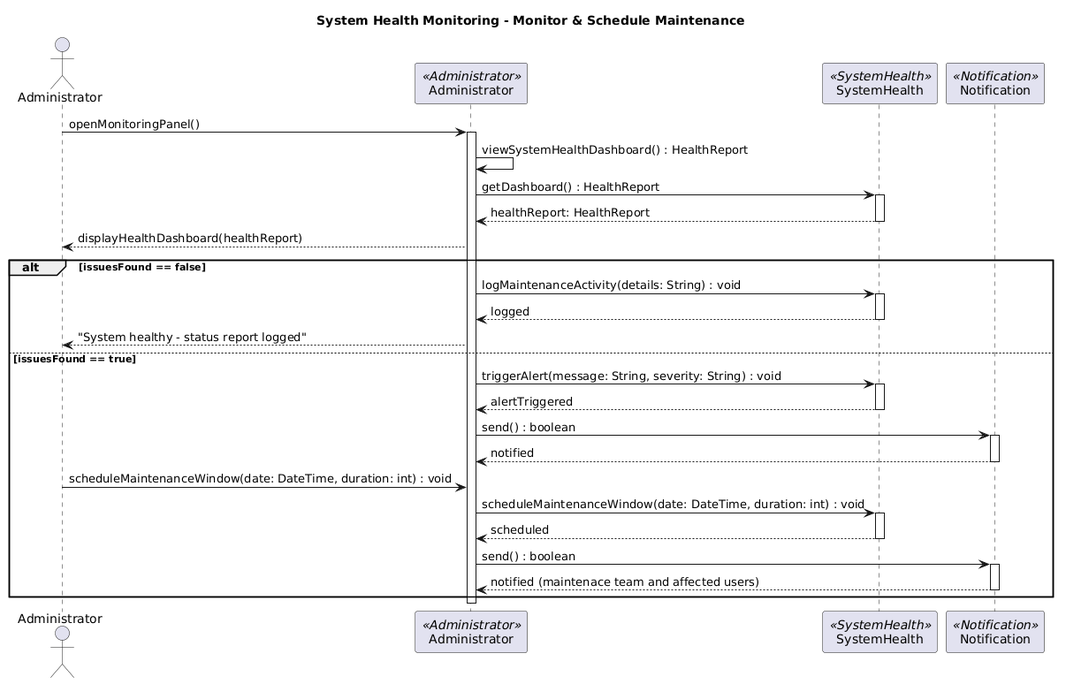
This is Diagrams/Sequence Diagrams/BS_UM_04.png from erindkotobelli12/BankManagementSystem, a PlantUML export, as it was before one commit.
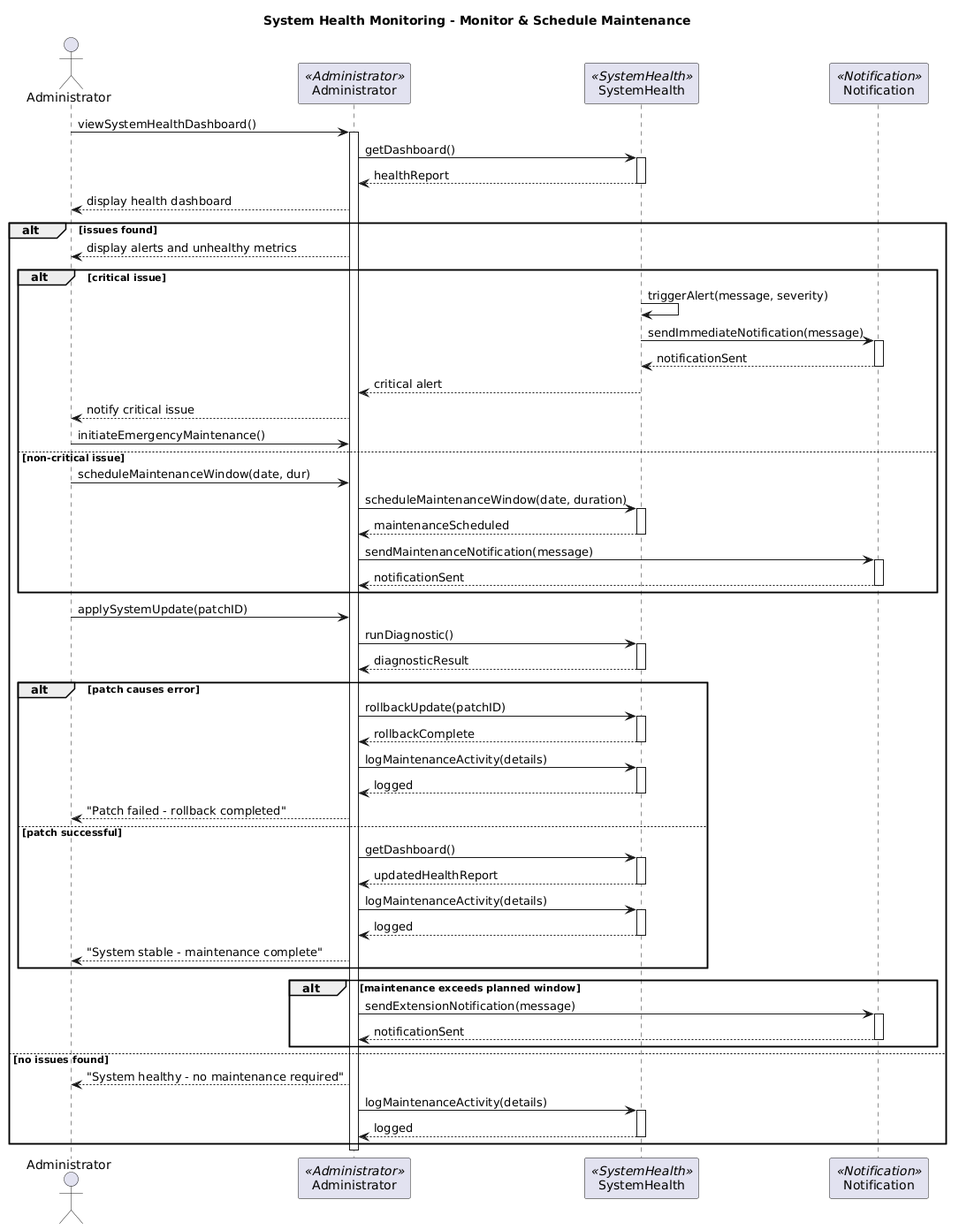
The same diagram one commit later.

The edit, as a diff of the source:
```diff
@@ -3,46 +3,97 @@
 
 actor "Administrator" as Admin
 participant "Administrator" as AC <<Administrator>>
-participant "SystemHealth" as SM <<SystemHealth>>
-participant "Notification" as NS <<Notification>>
+participant "SystemHealth" as SH <<SystemHealth>>
+participant "Notification" as N <<Notification>>
 
-Admin -> AC : openMonitoringPanel()
+Admin -> AC : viewSystemHealthDashboard()
 activate AC
-AC -> AC : viewSystemHealthDashboard() : HealthReport
-AC -> SM : getDashboard() : HealthReport
-activate SM
-SM --> AC : healthReport: HealthReport
-deactivate SM
-AC --> Admin : displayHealthDashboard(healthReport)
 
-alt issuesFound == false
-    AC -> SM : logMaintenanceActivity(details: String) : void
-    activate SM
-    SM --> AC : logged
-    deactivate SM
-    AC --> Admin : "System healthy - status report logged"
+AC -> SH : getDashboard()
+activate SH
+SH --> AC : healthReport
+deactivate SH
 
-else issuesFound == true
-    AC -> SM : triggerAlert(message: String, severity: String) : void
-    activate SM
-    SM --> AC : alertTriggered
-    deactivate SM
+AC --> Admin : display health dashboard
 
-    AC -> NS : send() : boolean
-    activate NS
-    NS --> AC : notified
-    deactivate NS
+alt issues found
+    AC --> Admin : display alerts and unhealthy metrics
 
-    Admin -> AC : scheduleMaintenanceWindow(date: DateTime, duration: int) : void
-    AC -> SM : scheduleMaintenanceWindow(date: DateTime, duration: int) : void
-    activate SM
-    SM --> AC : scheduled
-    deactivate SM
+    alt critical issue
+        SH -> SH : triggerAlert(message, severity)
 
-    AC -> NS : send() : boolean
-    activate NS
-    NS --> AC : notified (maintenace team and affected users)
-    deactivate NS
+        SH -> N : sendImmediateNotification(message)
+        activate N
+        N --> SH : notificationSent
+        deactivate N
+
+        SH --> AC : critical alert
+        AC --> Admin : notify critical issue
+
+        Admin -> AC : initiateEmergencyMaintenance()
+
+    else non-critical issue
+        Admin -> AC : scheduleMaintenanceWindow(date, dur)
+
+        AC -> SH : scheduleMaintenanceWindow(date, duration)
+        activate SH
+        SH --> AC : maintenanceScheduled
+        deactivate SH
+
+        AC -> N : sendMaintenanceNotification(message)
+        activate N
+        N --> AC : notificationSent
+        deactivate N
+    end
+
+    Admin -> AC : applySystemUpdate(patchID)
+
+    AC -> SH : runDiagnostic()
+    activate SH
+    SH --> AC : diagnosticResult
+    deactivate SH
+
+    alt patch causes error
+        AC -> SH : rollbackUpdate(patchID)
+        activate SH
+        SH --> AC : rollbackComplete
+        deactivate SH
+
+        AC -> SH : logMaintenanceActivity(details)
+        activate SH
+        SH --> AC : logged
+        deactivate SH
+
+        AC --> Admin : "Patch failed - rollback completed"
+
+    else patch successful
+        AC -> SH : getDashboard()
+        activate SH
+        SH --> AC : updatedHealthReport
+        deactivate SH
+
+        AC -> SH : logMaintenanceActivity(details)
+        activate SH
+        SH --> AC : logged
+        deactivate SH
+
+        AC --> Admin : "System stable - maintenance complete"
+    end
+
+    alt maintenance exceeds planned window
+        AC -> N : sendExtensionNotification(message)
+        activate N
+        N --> AC : notificationSent
+        deactivate N
+    end
+
+else no issues found
+    AC --> Admin : "System healthy - no maintenance required"
+
+    AC -> SH : logMaintenanceActivity(details)
+    activate SH
+    SH --> AC : logged
+    deactivate SH
 end
 
 deactivate AC
```
